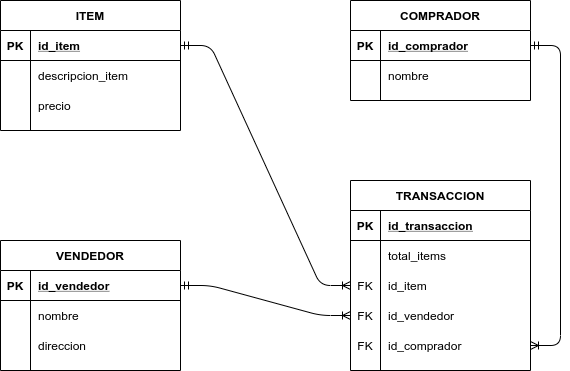
Above: db/MER.png in redacuve/code-challenge-csv-rails (draw.io), before the change. Source tidied: cells renumbered, new cells last; positions are measured from the earlier drawing's top-left corner, leaving out a move shared by most shapes. Source of this version:
```xml
<mxGraphModel>
  <root>
    <mxCell id="0" />
    <mxCell id="1" parent="0" />
    <mxCell id="2" value="VENDEDOR" style="shape=table;startSize=30;rowLines=0;fontStyle=1;align=center;" parent="1" vertex="1">
      <mxGeometry y="240" width="180" height="130" as="geometry" />
    </mxCell>
    <mxCell id="3" style="shape=partialRectangle;fillColor=none;top=0;left=0;bottom=1;right=0;points=[[0,0.5],[1,0.5]];portConstraint=eastwest;" parent="2" vertex="1">
      <mxGeometry y="30" width="180" height="30" as="geometry" />
    </mxCell>
    <mxCell id="4" value="PK" style="shape=partialRectangle;fillColor=none;top=0;left=0;bottom=0;right=0;fontStyle=1;overflow=hidden;" parent="3" vertex="1">
      <mxGeometry width="30" height="30" as="geometry" />
    </mxCell>
    <mxCell id="5" value="id_vendedor" style="shape=partialRectangle;fillColor=none;top=0;left=0;bottom=0;right=0;align=left;spacingLeft=6;fontStyle=5;overflow=hidden;" parent="3" vertex="1">
      <mxGeometry x="30" width="150" height="30" as="geometry" />
    </mxCell>
    <mxCell id="6" style="shape=partialRectangle;fillColor=none;top=0;left=0;bottom=0;right=0;" parent="2" vertex="1">
      <mxGeometry y="60" width="180" height="30" as="geometry" />
    </mxCell>
    <mxCell id="7" style="shape=partialRectangle;fillColor=none;top=0;left=0;bottom=0;right=0;overflow=hidden;" parent="6" vertex="1">
      <mxGeometry width="30" height="30" as="geometry" />
    </mxCell>
    <mxCell id="8" value="nombre" style="shape=partialRectangle;fillColor=none;top=0;left=0;bottom=0;right=0;align=left;spacingLeft=6;overflow=hidden;" parent="6" vertex="1">
      <mxGeometry x="30" width="150" height="30" as="geometry" />
    </mxCell>
    <mxCell id="9" style="shape=partialRectangle;fillColor=none;top=0;left=0;bottom=0;right=0;" parent="2" vertex="1">
      <mxGeometry y="90" width="180" height="30" as="geometry" />
    </mxCell>
    <mxCell id="10" style="shape=partialRectangle;fillColor=none;top=0;left=0;bottom=0;right=0;overflow=hidden;" parent="9" vertex="1">
      <mxGeometry width="30" height="30" as="geometry" />
    </mxCell>
    <mxCell id="11" value="direccion" style="shape=partialRectangle;fillColor=none;top=0;left=0;bottom=0;right=0;align=left;spacingLeft=6;overflow=hidden;" parent="9" vertex="1">
      <mxGeometry x="30" width="150" height="30" as="geometry" />
    </mxCell>
    <mxCell id="12" value="ITEM" style="shape=table;startSize=30;rowLines=0;fontStyle=1;align=center;" parent="1" vertex="1">
      <mxGeometry width="180" height="130" as="geometry" />
    </mxCell>
    <mxCell id="13" style="shape=partialRectangle;fillColor=none;top=0;left=0;bottom=1;right=0;points=[[0,0.5],[1,0.5]];portConstraint=eastwest;" parent="12" vertex="1">
      <mxGeometry y="30" width="180" height="30" as="geometry" />
    </mxCell>
    <mxCell id="14" value="PK" style="shape=partialRectangle;fillColor=none;top=0;left=0;bottom=0;right=0;fontStyle=1;overflow=hidden;" parent="13" vertex="1">
      <mxGeometry width="30" height="30" as="geometry" />
    </mxCell>
    <mxCell id="15" value="id_item" style="shape=partialRectangle;fillColor=none;top=0;left=0;bottom=0;right=0;align=left;spacingLeft=6;fontStyle=5;overflow=hidden;" parent="13" vertex="1">
      <mxGeometry x="30" width="150" height="30" as="geometry" />
    </mxCell>
    <mxCell id="16" style="shape=partialRectangle;fillColor=none;top=0;left=0;bottom=0;right=0;" parent="12" vertex="1">
      <mxGeometry y="60" width="180" height="30" as="geometry" />
    </mxCell>
    <mxCell id="17" style="shape=partialRectangle;fillColor=none;top=0;left=0;bottom=0;right=0;overflow=hidden;" parent="16" vertex="1">
      <mxGeometry width="30" height="30" as="geometry" />
    </mxCell>
    <mxCell id="18" value="descripcion_item" style="shape=partialRectangle;fillColor=none;top=0;left=0;bottom=0;right=0;align=left;spacingLeft=6;overflow=hidden;" parent="16" vertex="1">
      <mxGeometry x="30" width="150" height="30" as="geometry" />
    </mxCell>
    <mxCell id="19" style="shape=partialRectangle;fillColor=none;top=0;left=0;bottom=0;right=0;" parent="12" vertex="1">
      <mxGeometry y="90" width="180" height="30" as="geometry" />
    </mxCell>
    <mxCell id="20" style="shape=partialRectangle;fillColor=none;top=0;left=0;bottom=0;right=0;overflow=hidden;" parent="19" vertex="1">
      <mxGeometry width="30" height="30" as="geometry" />
    </mxCell>
    <mxCell id="21" value="precio" style="shape=partialRectangle;fillColor=none;top=0;left=0;bottom=0;right=0;align=left;spacingLeft=6;overflow=hidden;" parent="19" vertex="1">
      <mxGeometry x="30" width="150" height="30" as="geometry" />
    </mxCell>
    <mxCell id="22" value="COMPRADOR" style="shape=table;startSize=30;rowLines=0;fontStyle=1;align=center;" parent="1" vertex="1">
      <mxGeometry x="350" width="180" height="100" as="geometry" />
    </mxCell>
    <mxCell id="23" style="shape=partialRectangle;fillColor=none;top=0;left=0;bottom=1;right=0;" parent="22" vertex="1">
      <mxGeometry y="30" width="180" height="30" as="geometry" />
    </mxCell>
    <mxCell id="24" value="PK" style="shape=partialRectangle;fillColor=none;top=0;left=0;bottom=0;right=0;fontStyle=1;overflow=hidden;" parent="23" vertex="1">
      <mxGeometry width="30" height="30" as="geometry" />
    </mxCell>
    <mxCell id="25" value="id_comprador" style="shape=partialRectangle;fillColor=none;top=0;left=0;bottom=0;right=0;align=left;spacingLeft=6;fontStyle=5;overflow=hidden;" parent="23" vertex="1">
      <mxGeometry x="30" width="150" height="30" as="geometry" />
    </mxCell>
    <mxCell id="26" style="shape=partialRectangle;fillColor=none;top=0;left=0;bottom=0;right=0;" parent="22" vertex="1">
      <mxGeometry y="60" width="180" height="30" as="geometry" />
    </mxCell>
    <mxCell id="27" style="shape=partialRectangle;fillColor=none;top=0;left=0;bottom=0;right=0;overflow=hidden;" parent="26" vertex="1">
      <mxGeometry width="30" height="30" as="geometry" />
    </mxCell>
    <mxCell id="28" value="nombre" style="shape=partialRectangle;fillColor=none;top=0;left=0;bottom=0;right=0;align=left;spacingLeft=6;overflow=hidden;" parent="26" vertex="1">
      <mxGeometry x="30" width="150" height="30" as="geometry" />
    </mxCell>
    <mxCell id="29" style="edgeStyle=entityRelationEdgeStyle;fontSize=12;html=1;endArrow=ERoneToMany;startArrow=ERmandOne;exitX=1;exitY=0.5;exitDx=0;exitDy=0;entryX=0;entryY=0.5;entryDx=0;entryDy=0;" parent="1" edge="1" source="13" target="39">
      <mxGeometry relative="1" as="geometry" />
    </mxCell>
    <mxCell id="30" style="edgeStyle=entityRelationEdgeStyle;fontSize=12;html=1;endArrow=ERoneToMany;startArrow=ERmandOne;exitX=1;exitY=0.5;exitDx=0;exitDy=0;entryX=0;entryY=0.5;entryDx=0;entryDy=0;" parent="1" edge="1" source="3" target="42">
      <mxGeometry relative="1" as="geometry" />
    </mxCell>
    <mxCell id="31" style="edgeStyle=entityRelationEdgeStyle;fontSize=12;html=1;endArrow=ERoneToMany;startArrow=ERmandOne;" parent="1" edge="1" target="45">
      <mxGeometry relative="1" as="geometry">
        <mxPoint x="530" y="45" as="sourcePoint" />
      </mxGeometry>
    </mxCell>
    <mxCell id="32" value="TRANSACCION" style="shape=table;startSize=30;rowLines=0;fontStyle=1;align=center;" parent="1" vertex="1">
      <mxGeometry x="350" y="180" width="180" height="190" as="geometry" />
    </mxCell>
    <mxCell id="33" style="shape=partialRectangle;fillColor=none;top=0;left=0;bottom=1;right=0;" parent="32" vertex="1">
      <mxGeometry y="30" width="180" height="30" as="geometry" />
    </mxCell>
    <mxCell id="34" value="PK" style="shape=partialRectangle;fillColor=none;top=0;left=0;bottom=0;right=0;fontStyle=1;overflow=hidden;" parent="33" vertex="1">
      <mxGeometry width="30" height="30" as="geometry" />
    </mxCell>
    <mxCell id="35" value="id_transaccion" style="shape=partialRectangle;fillColor=none;top=0;left=0;bottom=0;right=0;align=left;spacingLeft=6;fontStyle=5;overflow=hidden;" parent="33" vertex="1">
      <mxGeometry x="30" width="150" height="30" as="geometry" />
    </mxCell>
    <mxCell id="36" style="shape=partialRectangle;fillColor=none;top=0;left=0;bottom=0;right=0;" parent="32" vertex="1">
      <mxGeometry y="60" width="180" height="30" as="geometry" />
    </mxCell>
    <mxCell id="37" style="shape=partialRectangle;fillColor=none;top=0;left=0;bottom=0;right=0;overflow=hidden;" parent="36" vertex="1">
      <mxGeometry width="30" height="30" as="geometry" />
    </mxCell>
    <mxCell id="38" value="total_items" style="shape=partialRectangle;fillColor=none;top=0;left=0;bottom=0;right=0;align=left;spacingLeft=6;overflow=hidden;" parent="36" vertex="1">
      <mxGeometry x="30" width="150" height="30" as="geometry" />
    </mxCell>
    <mxCell id="39" style="shape=partialRectangle;fillColor=none;top=0;left=0;bottom=0;right=0;points=[[0,0.5],[1,0.5]];portConstraint=eastwest;" parent="32" vertex="1">
      <mxGeometry y="90" width="180" height="30" as="geometry" />
    </mxCell>
    <mxCell id="40" value="FK" style="shape=partialRectangle;fillColor=none;top=0;left=0;bottom=0;right=0;overflow=hidden;" parent="39" vertex="1">
      <mxGeometry width="30" height="30" as="geometry" />
    </mxCell>
    <mxCell id="41" value="id_item" style="shape=partialRectangle;fillColor=none;top=0;left=0;bottom=0;right=0;align=left;spacingLeft=6;overflow=hidden;" parent="39" vertex="1">
      <mxGeometry x="30" width="150" height="30" as="geometry" />
    </mxCell>
    <mxCell id="42" style="shape=partialRectangle;fillColor=none;top=0;left=0;bottom=0;right=0;points=[[0,0.5],[1,0.5]];portConstraint=eastwest;" parent="32" vertex="1">
      <mxGeometry y="120" width="180" height="30" as="geometry" />
    </mxCell>
    <mxCell id="43" value="FK" style="shape=partialRectangle;fillColor=none;top=0;left=0;bottom=0;right=0;overflow=hidden;" parent="42" vertex="1">
      <mxGeometry width="30" height="30" as="geometry" />
    </mxCell>
    <mxCell id="44" value="id_vendedor" style="shape=partialRectangle;fillColor=none;top=0;left=0;bottom=0;right=0;align=left;spacingLeft=6;overflow=hidden;" parent="42" vertex="1">
      <mxGeometry x="30" width="150" height="30" as="geometry" />
    </mxCell>
    <mxCell id="45" style="shape=partialRectangle;fillColor=none;top=0;left=0;bottom=0;right=0;points=[[0,0.5],[1,0.5]];portConstraint=eastwest;" parent="32" vertex="1">
      <mxGeometry y="150" width="180" height="30" as="geometry" />
    </mxCell>
    <mxCell id="46" value="FK" style="shape=partialRectangle;fillColor=none;top=0;left=0;bottom=0;right=0;overflow=hidden;" parent="45" vertex="1">
      <mxGeometry width="30" height="30" as="geometry" />
    </mxCell>
    <mxCell id="47" value="id_comprador" style="shape=partialRectangle;fillColor=none;top=0;left=0;bottom=0;right=0;align=left;spacingLeft=6;overflow=hidden;" parent="45" vertex="1">
      <mxGeometry x="30" width="150" height="30" as="geometry" />
    </mxCell>
  </root>
</mxGraphModel>
```
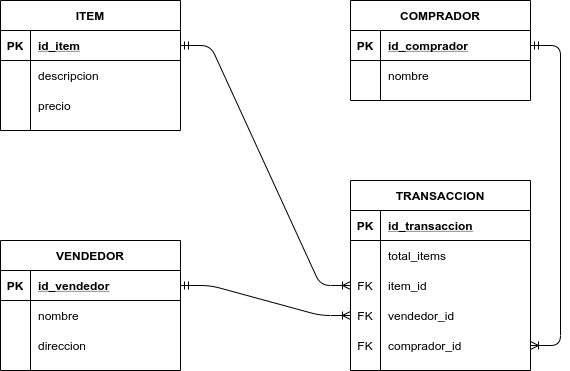
After the change.

Commit message:
cambio nombre de campos de la tabla transaccion para seguir las normas de rails (tabla_id)

Diff of the diagram source:
```diff
@@ -50,7 +50,7 @@
     <mxCell id="17" style="shape=partialRectangle;fillColor=none;top=0;left=0;bottom=0;right=0;overflow=hidden;" parent="16" vertex="1">
       <mxGeometry width="30" height="30" as="geometry" />
     </mxCell>
-    <mxCell id="18" value="descripcion_item" style="shape=partialRectangle;fillColor=none;top=0;left=0;bottom=0;right=0;align=left;spacingLeft=6;overflow=hidden;" parent="16" vertex="1">
+    <mxCell id="18" value="descripcion" style="shape=partialRectangle;fillColor=none;top=0;left=0;bottom=0;right=0;align=left;spacingLeft=6;overflow=hidden;" parent="16" vertex="1">
       <mxGeometry x="30" width="150" height="30" as="geometry" />
     </mxCell>
     <mxCell id="19" style="shape=partialRectangle;fillColor=none;top=0;left=0;bottom=0;right=0;" parent="12" vertex="1">
@@ -121,7 +121,7 @@
     <mxCell id="40" value="FK" style="shape=partialRectangle;fillColor=none;top=0;left=0;bottom=0;right=0;overflow=hidden;" parent="39" vertex="1">
       <mxGeometry width="30" height="30" as="geometry" />
     </mxCell>
-    <mxCell id="41" value="id_item" style="shape=partialRectangle;fillColor=none;top=0;left=0;bottom=0;right=0;align=left;spacingLeft=6;overflow=hidden;" parent="39" vertex="1">
+    <mxCell id="41" value="item_id" style="shape=partialRectangle;fillColor=none;top=0;left=0;bottom=0;right=0;align=left;spacingLeft=6;overflow=hidden;" parent="39" vertex="1">
       <mxGeometry x="30" width="150" height="30" as="geometry" />
     </mxCell>
     <mxCell id="42" style="shape=partialRectangle;fillColor=none;top=0;left=0;bottom=0;right=0;points=[[0,0.5],[1,0.5]];portConstraint=eastwest;" parent="32" vertex="1">
@@ -130,7 +130,7 @@
     <mxCell id="43" value="FK" style="shape=partialRectangle;fillColor=none;top=0;left=0;bottom=0;right=0;overflow=hidden;" parent="42" vertex="1">
       <mxGeometry width="30" height="30" as="geometry" />
     </mxCell>
-    <mxCell id="44" value="id_vendedor" style="shape=partialRectangle;fillColor=none;top=0;left=0;bottom=0;right=0;align=left;spacingLeft=6;overflow=hidden;" parent="42" vertex="1">
+    <mxCell id="44" value="vendedor_id" style="shape=partialRectangle;fillColor=none;top=0;left=0;bottom=0;right=0;align=left;spacingLeft=6;overflow=hidden;" parent="42" vertex="1">
       <mxGeometry x="30" width="150" height="30" as="geometry" />
     </mxCell>
     <mxCell id="45" style="shape=partialRectangle;fillColor=none;top=0;left=0;bottom=0;right=0;points=[[0,0.5],[1,0.5]];portConstraint=eastwest;" parent="32" vertex="1">
@@ -139,7 +139,7 @@
     <mxCell id="46" value="FK" style="shape=partialRectangle;fillColor=none;top=0;left=0;bottom=0;right=0;overflow=hidden;" parent="45" vertex="1">
       <mxGeometry width="30" height="30" as="geometry" />
     </mxCell>
-    <mxCell id="47" value="id_comprador" style="shape=partialRectangle;fillColor=none;top=0;left=0;bottom=0;right=0;align=left;spacingLeft=6;overflow=hidden;" parent="45" vertex="1">
+    <mxCell id="47" value="comprador_id" style="shape=partialRectangle;fillColor=none;top=0;left=0;bottom=0;right=0;align=left;spacingLeft=6;overflow=hidden;" parent="45" vertex="1">
       <mxGeometry x="30" width="150" height="30" as="geometry" />
     </mxCell>
   </root>
```
